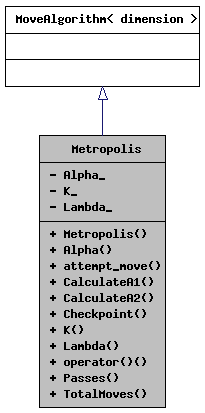
The Graphviz diagram class_metropolis__inherit__graph.png in acgetchell/CDT-plusplus, before a commit. Its source is kept beside it as class_metropolis__inherit__graph.dot.
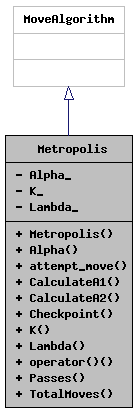
The same file after the commit.

What changed in the source:
```diff
@@ -4,5 +4,5 @@
   node [fontname="Helvetica",fontsize="10",shape=record];
   Node1 [label="{Metropolis\n|- Alpha_\l- K_\l- Lambda_\l|+ Metropolis()\l+ Alpha()\l+ attempt_move()\l+ CalculateA1()\l+ CalculateA2()\l+ Checkpoint()\l+ K()\l+ Lambda()\l+ operator()()\l+ Passes()\l+ TotalMoves()\l}",height=0.2,width=0.4,color="black", fillcolor="grey75", style="filled", fontcolor="black",tooltip="Metropolis-Hastings algorithm function object."];
   Node2 -> Node1 [dir="back",color="midnightblue",fontsize="10",style="solid",arrowtail="onormal",fontname="Helvetica"];
-  Node2 [label="{MoveAlgorithm\< dimension \>\n||}",height=0.2,width=0.4,color="black", fillcolor="white", style="filled",URL="$class_move_algorithm.html",tooltip=" "];
+  Node2 [label="{MoveAlgorithm\n||}",height=0.2,width=0.4,color="grey75", fillcolor="white", style="filled",tooltip=" "];
 }
```
